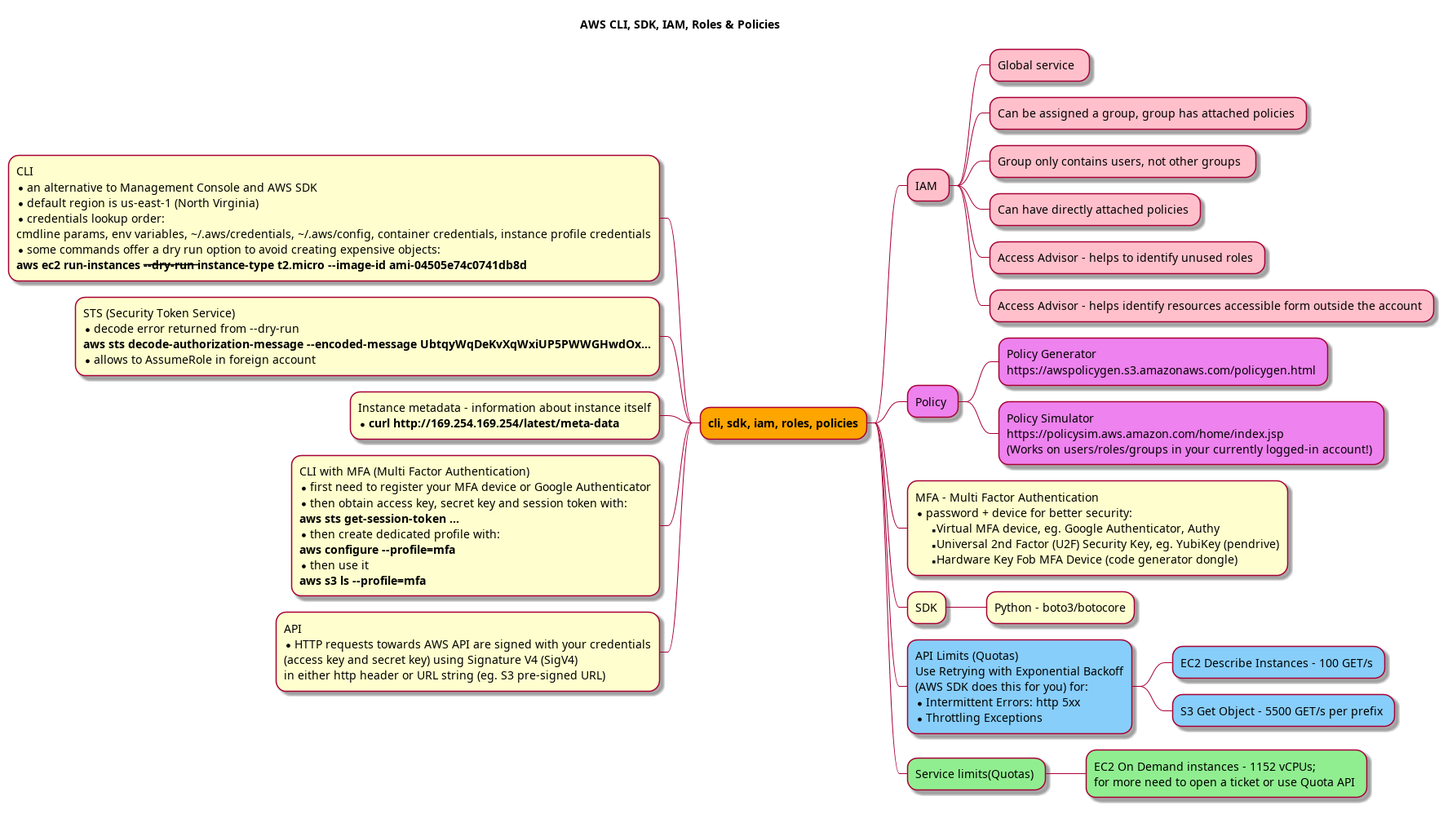
This is 04-iam-roles-policies/mindmap.png from mateuszmidor/AwsStudy, a PlantUML export, as it was before one commit.
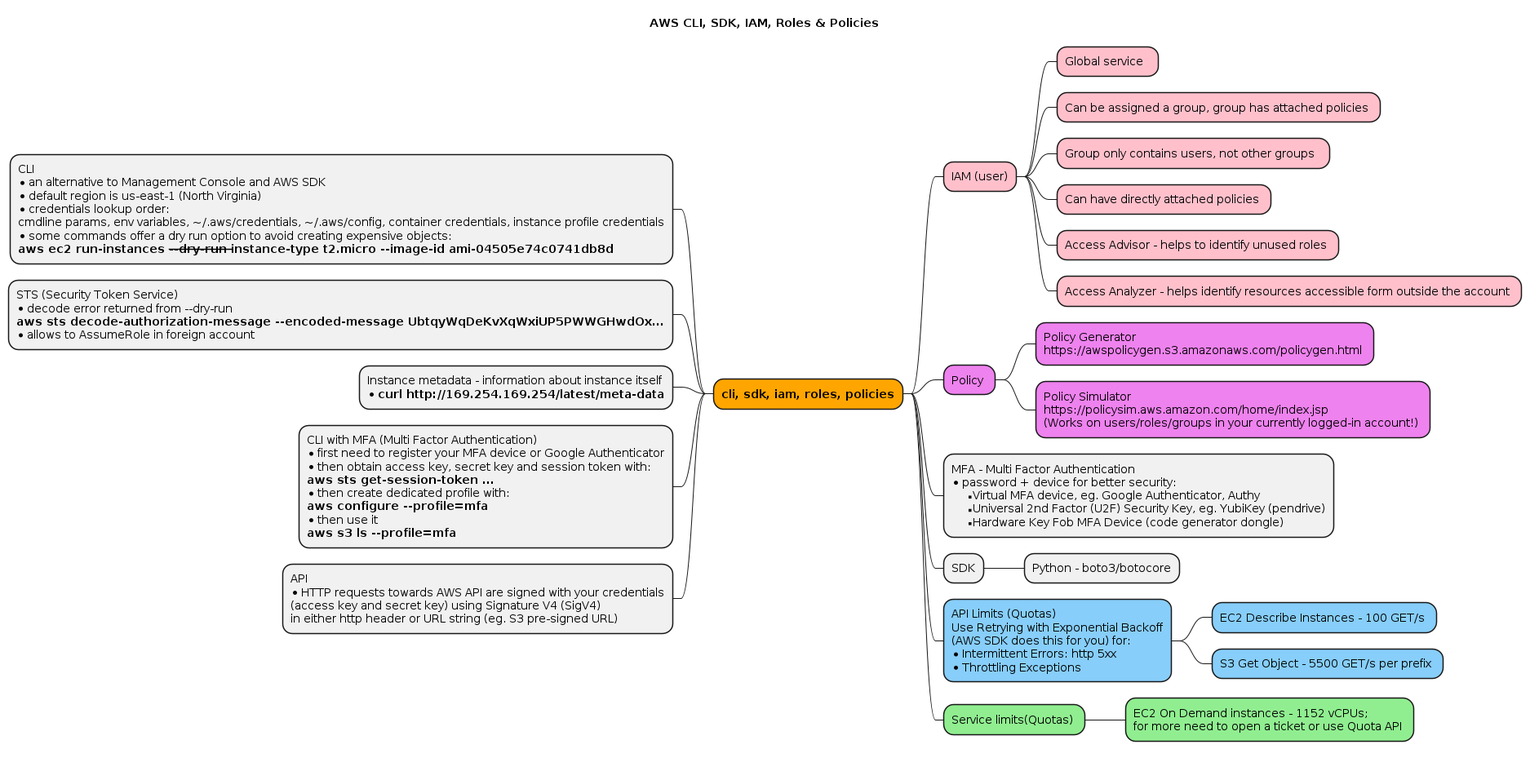
Above is the later version.

The edit, as a diff of the source:
```diff
@@ -24,13 +24,13 @@
 
 
 *[#Orange] <b>cli, sdk, iam, roles, policies
- * IAM <<iam>>
+ * IAM (user)<<iam>>
   * Global service  <<iam>>
   * Can be assigned a group, group has attached policies <<iam>>
   * Group only contains users, not other groups  <<iam>>
   * Can have directly attached policies <<iam>>
   * Access Advisor - helps to identify unused roles <<iam>>
-  * Access Advisor - helps identify resources accessible form outside the account <<iam>>
+  * Access Analyzer - helps identify resources accessible form outside the account <<iam>>
  * Policy <<policy>>
   * Policy Generator\nhttps://awspolicygen.s3.amazonaws.com/policygen.html <<policy>>
   * Policy Simulator\nhttps://policysim.aws.amazon.com/home/index.jsp\n(Works on users/roles/groups in your currently logged-in account!) <<policy>>
```
